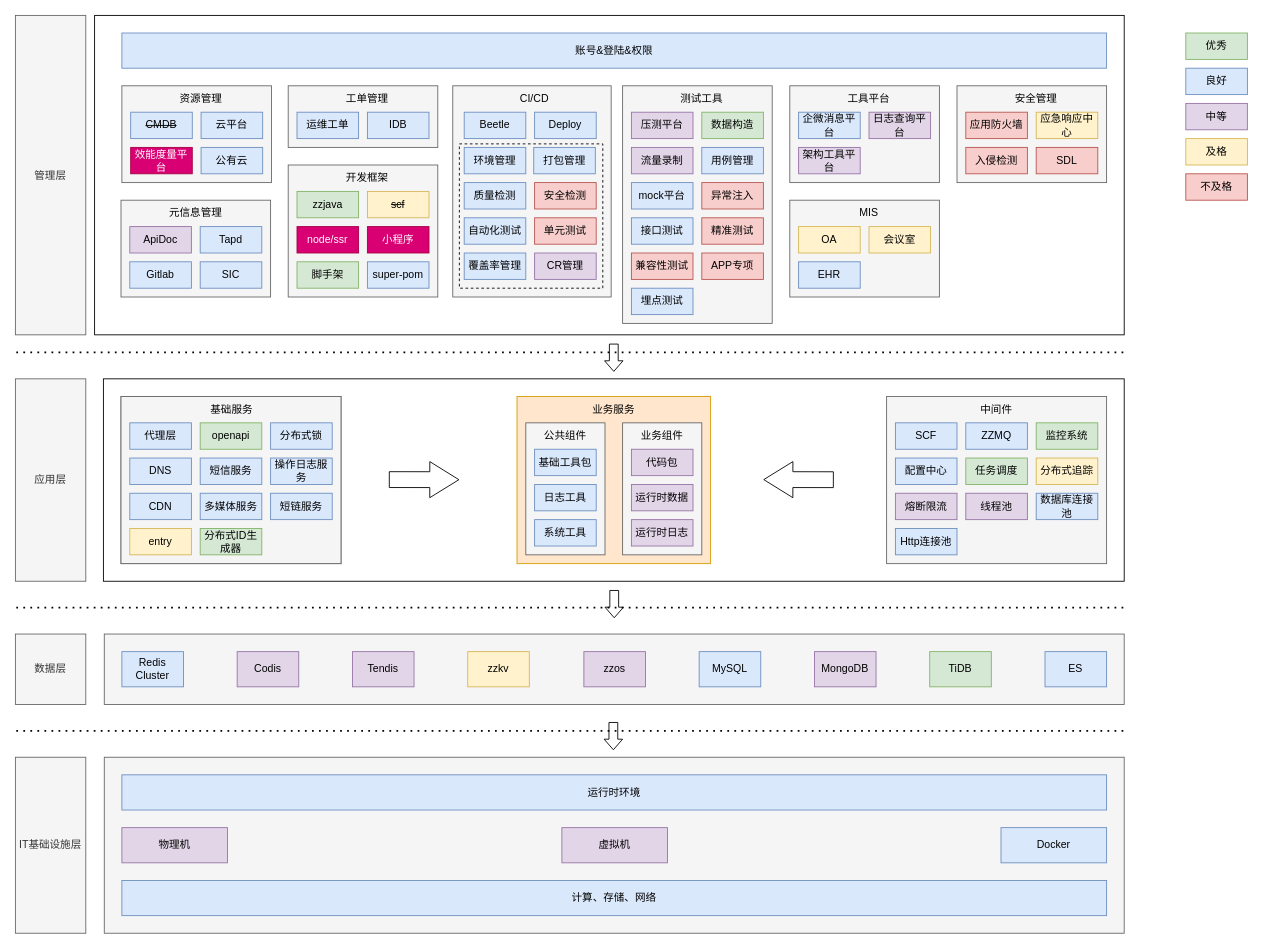
Above: tc/技术基础体系架构.drawio in zhuanzhuan-tech/arch-draw-io (draw.io), before the change. Source tidied: cells renumbered, new cells numbered last; positions are measured from the earlier drawing's top-left corner, leaving out a move shared by most shapes. Both pictures are drawn from the tidied source at 88%, with x=0, y=0 at pixel (15, 15).
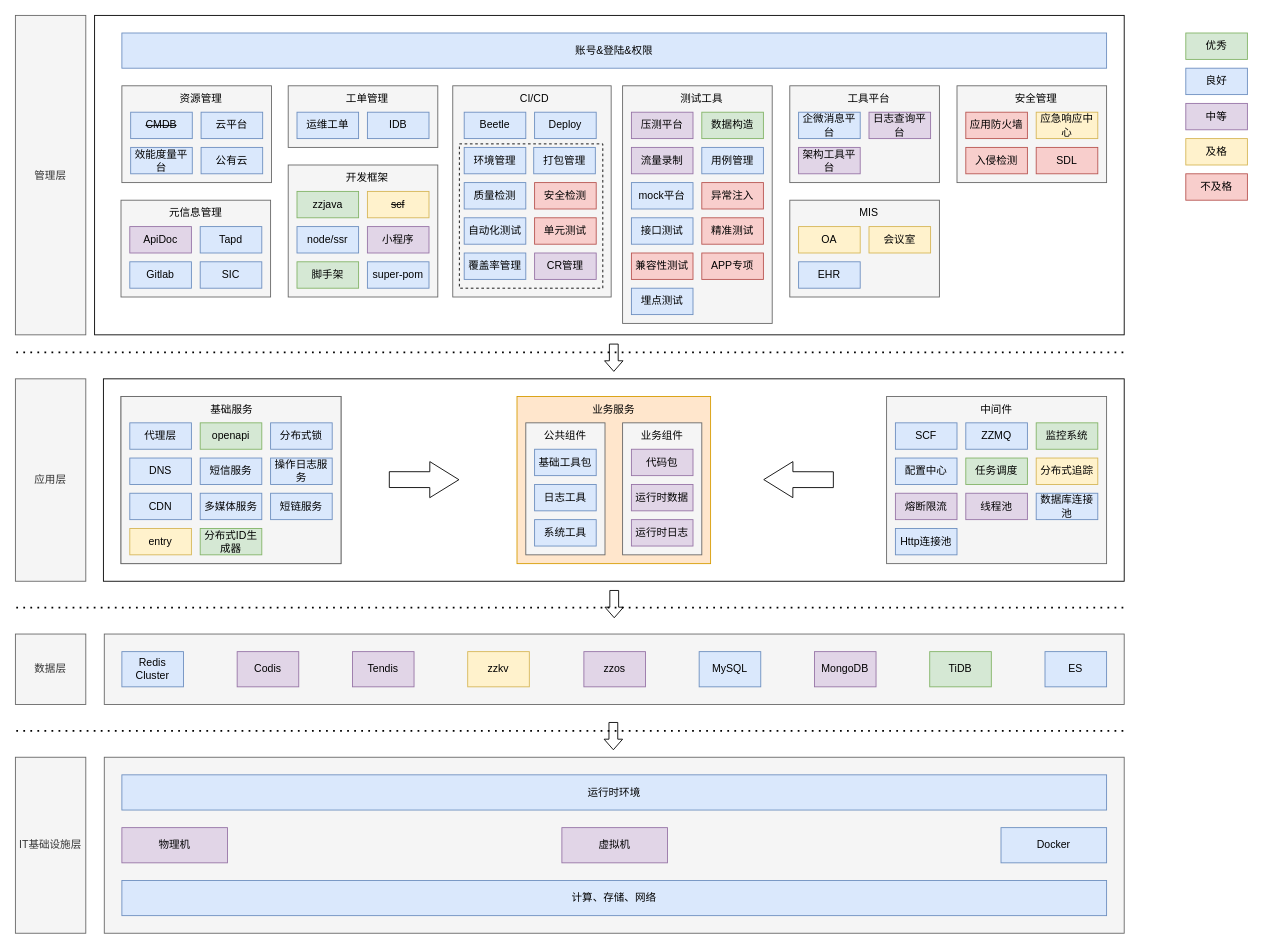
Above is the later version.

Commit message:
更新技术基础体系架构.drawio

What changed in the source:
```diff
@@
-    <mxCell id="22" value="效能度量平台" style="rounded=0;whiteSpace=wrap;html=1;fillColor=#d80073;strokeColor=#A50040;fontColor=#ffffff;" parent="1" vertex="1">
+    <mxCell id="22" value="效能度量平台" style="rounded=0;whiteSpace=wrap;html=1;fillColor=#dae8fc;strokeColor=#6c8ebf;" parent="1" vertex="1">
       <mxGeometry x="131" y="150" width="70" height="30" as="geometry" />
     </mxCell>
@@
-    <mxCell id="58" value="node/ssr" style="rounded=0;whiteSpace=wrap;html=1;fillColor=#d80073;strokeColor=#A50040;fontColor=#ffffff;" parent="1" vertex="1">
+    <mxCell id="58" value="node/ssr" style="rounded=0;whiteSpace=wrap;html=1;fillColor=#dae8fc;strokeColor=#6c8ebf;" parent="1" vertex="1">
       <mxGeometry x="320" y="240" width="70" height="30" as="geometry" />
     </mxCell>
@@
-    <mxCell id="60" value="小程序" style="rounded=0;whiteSpace=wrap;html=1;fillColor=#d80073;strokeColor=#A50040;fontColor=#ffffff;" parent="1" vertex="1">
+    <mxCell id="60" value="小程序" style="rounded=0;whiteSpace=wrap;html=1;fillColor=#e1d5e7;strokeColor=#9673a6;" parent="1" vertex="1">
       <mxGeometry x="400" y="240" width="70" height="30" as="geometry" />
     </mxCell>
```
